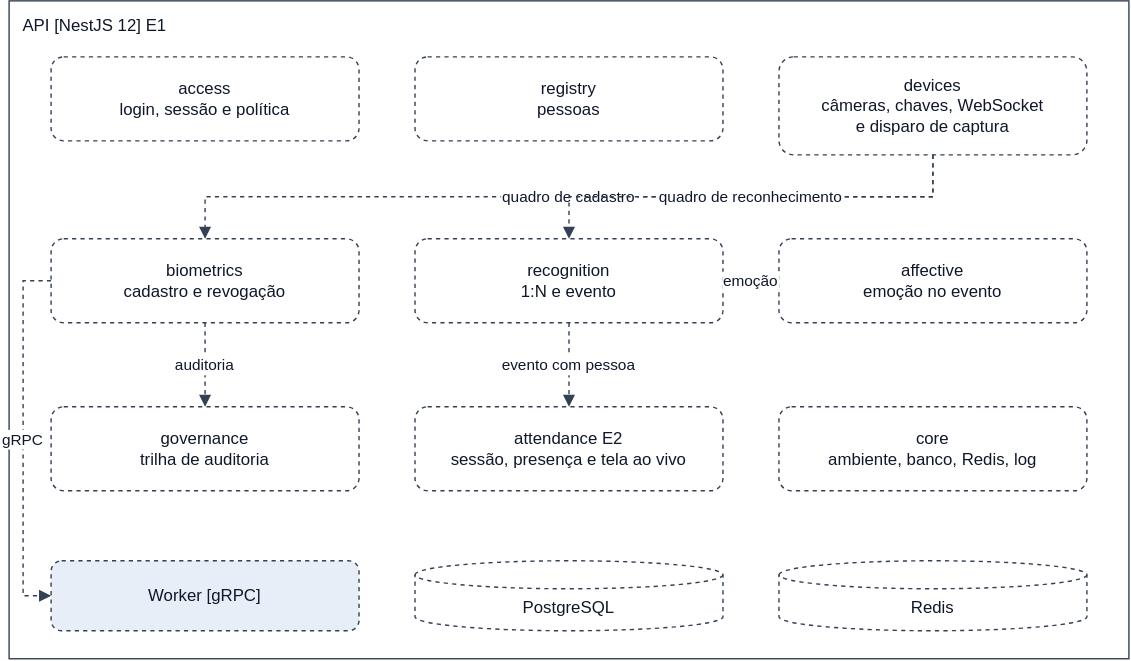
Earlier version of the draw.io export docs/architecture/diagrams/components-api.drawio.svg (Vultra-Facial-Attendence/vultra). Source tidied: cells renumbered, new cells last; positions are measured from the earlier drawing's top-left corner, leaving out a move shared by most shapes. Its diagram source:
```xml
<mxGraphModel background="#ffffff">
  <root>
    <mxCell id="0" />
    <mxCell id="1" parent="0" />
    <mxCell id="2" value="API [NestJS 12]  E1" style="rounded=0;whiteSpace=wrap;html=0;fillColor=none;strokeColor=#334155;fontColor=#0f172a;fontSize=12;verticalAlign=top;align=left;spacingLeft=8;spacingTop=4;" parent="1" vertex="1">
      <mxGeometry width="800" height="470" as="geometry" />
    </mxCell>
    <mxCell id="3" value="access&#10;login, sessão e política" style="rounded=1;whiteSpace=wrap;html=0;fillColor=#ffffff;strokeColor=#334155;fontColor=#0f172a;fontSize=12;dashed=1;" parent="1" vertex="1">
      <mxGeometry x="30" y="40" width="220" height="60" as="geometry" />
    </mxCell>
    <mxCell id="4" value="registry&#10;pessoas" style="rounded=1;whiteSpace=wrap;html=0;fillColor=#ffffff;strokeColor=#334155;fontColor=#0f172a;fontSize=12;dashed=1;" parent="1" vertex="1">
      <mxGeometry x="290" y="40" width="220" height="60" as="geometry" />
    </mxCell>
    <mxCell id="5" value="devices&#10;câmeras, chaves, WebSocket&#10;e disparo de captura" style="rounded=1;whiteSpace=wrap;html=0;fillColor=#ffffff;strokeColor=#334155;fontColor=#0f172a;fontSize=12;dashed=1;" parent="1" vertex="1">
      <mxGeometry x="550" y="40" width="220" height="70" as="geometry" />
    </mxCell>
    <mxCell id="6" value="biometrics&#10;cadastro e revogação" style="rounded=1;whiteSpace=wrap;html=0;fillColor=#ffffff;strokeColor=#334155;fontColor=#0f172a;fontSize=12;dashed=1;" parent="1" vertex="1">
      <mxGeometry x="30" y="170" width="220" height="60" as="geometry" />
    </mxCell>
    <mxCell id="7" value="recognition&#10;1:N e evento" style="rounded=1;whiteSpace=wrap;html=0;fillColor=#ffffff;strokeColor=#334155;fontColor=#0f172a;fontSize=12;dashed=1;" parent="1" vertex="1">
      <mxGeometry x="290" y="170" width="220" height="60" as="geometry" />
    </mxCell>
    <mxCell id="8" value="affective&#10;emoção no evento" style="rounded=1;whiteSpace=wrap;html=0;fillColor=#ffffff;strokeColor=#334155;fontColor=#0f172a;fontSize=12;dashed=1;" parent="1" vertex="1">
      <mxGeometry x="550" y="170" width="220" height="60" as="geometry" />
    </mxCell>
    <mxCell id="9" value="governance&#10;trilha de auditoria" style="rounded=1;whiteSpace=wrap;html=0;fillColor=#ffffff;strokeColor=#334155;fontColor=#0f172a;fontSize=12;dashed=1;" parent="1" vertex="1">
      <mxGeometry x="30" y="290" width="220" height="60" as="geometry" />
    </mxCell>
    <mxCell id="10" value="attendance  E2&#10;sessão, presença e tela ao vivo" style="rounded=1;whiteSpace=wrap;html=0;fillColor=#ffffff;strokeColor=#334155;fontColor=#0f172a;fontSize=12;dashed=1;" parent="1" vertex="1">
      <mxGeometry x="290" y="290" width="220" height="60" as="geometry" />
    </mxCell>
    <mxCell id="11" value="core&#10;ambiente, banco, Redis, log" style="rounded=1;whiteSpace=wrap;html=0;fillColor=#ffffff;strokeColor=#334155;fontColor=#0f172a;fontSize=12;dashed=1;" parent="1" vertex="1">
      <mxGeometry x="550" y="290" width="220" height="60" as="geometry" />
    </mxCell>
    <mxCell id="12" value="Worker [gRPC]" style="rounded=1;whiteSpace=wrap;html=0;fillColor=#e8eef7;strokeColor=#334155;fontColor=#0f172a;fontSize=12;dashed=1;" parent="1" vertex="1">
      <mxGeometry x="30" y="400" width="220" height="50" as="geometry" />
    </mxCell>
    <mxCell id="13" value="PostgreSQL" style="shape=cylinder3;boundedLbl=1;size=10;whiteSpace=wrap;html=0;fillColor=#ffffff;strokeColor=#334155;fontColor=#0f172a;fontSize=12;dashed=1;" parent="1" vertex="1">
      <mxGeometry x="290" y="400" width="220" height="50" as="geometry" />
    </mxCell>
    <mxCell id="14" value="Redis" style="shape=cylinder3;boundedLbl=1;size=10;whiteSpace=wrap;html=0;fillColor=#ffffff;strokeColor=#334155;fontColor=#0f172a;fontSize=12;dashed=1;" parent="1" vertex="1">
      <mxGeometry x="550" y="400" width="220" height="50" as="geometry" />
    </mxCell>
    <mxCell id="15" value="quadro de cadastro" style="edgeStyle=orthogonalEdgeStyle;rounded=0;html=0;endArrow=block;endFill=1;strokeColor=#334155;fontColor=#0f172a;fontSize=11;labelBackgroundColor=#ffffff;dashed=1;" parent="1" edge="1" source="5" target="6">
      <mxGeometry relative="1" as="geometry">
        <Array as="points">
          <mxPoint x="660" y="140" />
          <mxPoint x="140" y="140" />
        </Array>
      </mxGeometry>
    </mxCell>
    <mxCell id="16" value="quadro de reconhecimento" style="edgeStyle=orthogonalEdgeStyle;rounded=0;html=0;endArrow=block;endFill=1;strokeColor=#334155;fontColor=#0f172a;fontSize=11;labelBackgroundColor=#ffffff;dashed=1;" parent="1" edge="1" source="5" target="7">
      <mxGeometry relative="1" as="geometry">
        <Array as="points">
          <mxPoint x="660" y="140" />
          <mxPoint x="400" y="140" />
        </Array>
      </mxGeometry>
    </mxCell>
    <mxCell id="17" value="emoção" style="edgeStyle=orthogonalEdgeStyle;rounded=0;html=0;endArrow=block;endFill=1;strokeColor=#334155;fontColor=#0f172a;fontSize=11;labelBackgroundColor=#ffffff;dashed=1;" parent="1" edge="1" source="7" target="8">
      <mxGeometry relative="1" as="geometry" />
    </mxCell>
    <mxCell id="18" value="evento com pessoa" style="edgeStyle=orthogonalEdgeStyle;rounded=0;html=0;endArrow=block;endFill=1;strokeColor=#334155;fontColor=#0f172a;fontSize=11;labelBackgroundColor=#ffffff;dashed=1;" parent="1" edge="1" source="7" target="10">
      <mxGeometry relative="1" as="geometry" />
    </mxCell>
    <mxCell id="19" value="auditoria" style="edgeStyle=orthogonalEdgeStyle;rounded=0;html=0;endArrow=block;endFill=1;strokeColor=#334155;fontColor=#0f172a;fontSize=11;labelBackgroundColor=#ffffff;dashed=1;" parent="1" edge="1" source="6" target="9">
      <mxGeometry relative="1" as="geometry" />
    </mxCell>
    <mxCell id="20" value="gRPC" style="edgeStyle=orthogonalEdgeStyle;rounded=0;html=0;endArrow=block;endFill=1;strokeColor=#334155;fontColor=#0f172a;fontSize=11;labelBackgroundColor=#ffffff;dashed=1;" parent="1" edge="1" source="6" target="12">
      <mxGeometry relative="1" as="geometry">
        <Array as="points">
          <mxPoint x="10" y="200" />
          <mxPoint x="10" y="425" />
        </Array>
      </mxGeometry>
    </mxCell>
  </root>
</mxGraphModel>
```
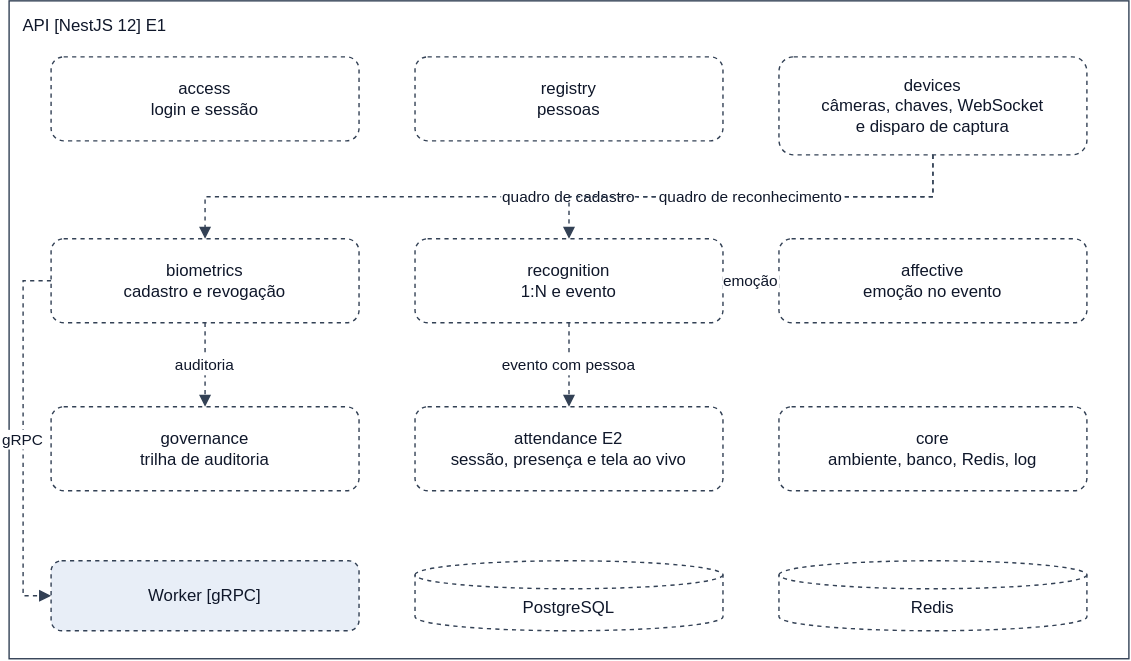
Later version of the same file.

Change to the diagram source:
```diff
@@ -5,7 +5,7 @@
     <mxCell id="2" value="API [NestJS 12]  E1" style="rounded=0;whiteSpace=wrap;html=0;fillColor=none;strokeColor=#334155;fontColor=#0f172a;fontSize=12;verticalAlign=top;align=left;spacingLeft=8;spacingTop=4;" parent="1" vertex="1">
       <mxGeometry width="800" height="470" as="geometry" />
     </mxCell>
-    <mxCell id="3" value="access&#10;login, sessão e política" style="rounded=1;whiteSpace=wrap;html=0;fillColor=#ffffff;strokeColor=#334155;fontColor=#0f172a;fontSize=12;dashed=1;" parent="1" vertex="1">
+    <mxCell id="3" value="access&#10;login e sessão" style="rounded=1;whiteSpace=wrap;html=0;fillColor=#ffffff;strokeColor=#334155;fontColor=#0f172a;fontSize=12;dashed=1;" parent="1" vertex="1">
       <mxGeometry x="30" y="40" width="220" height="60" as="geometry" />
     </mxCell>
     <mxCell id="4" value="registry&#10;pessoas" style="rounded=1;whiteSpace=wrap;html=0;fillColor=#ffffff;strokeColor=#334155;fontColor=#0f172a;fontSize=12;dashed=1;" parent="1" vertex="1">
```
